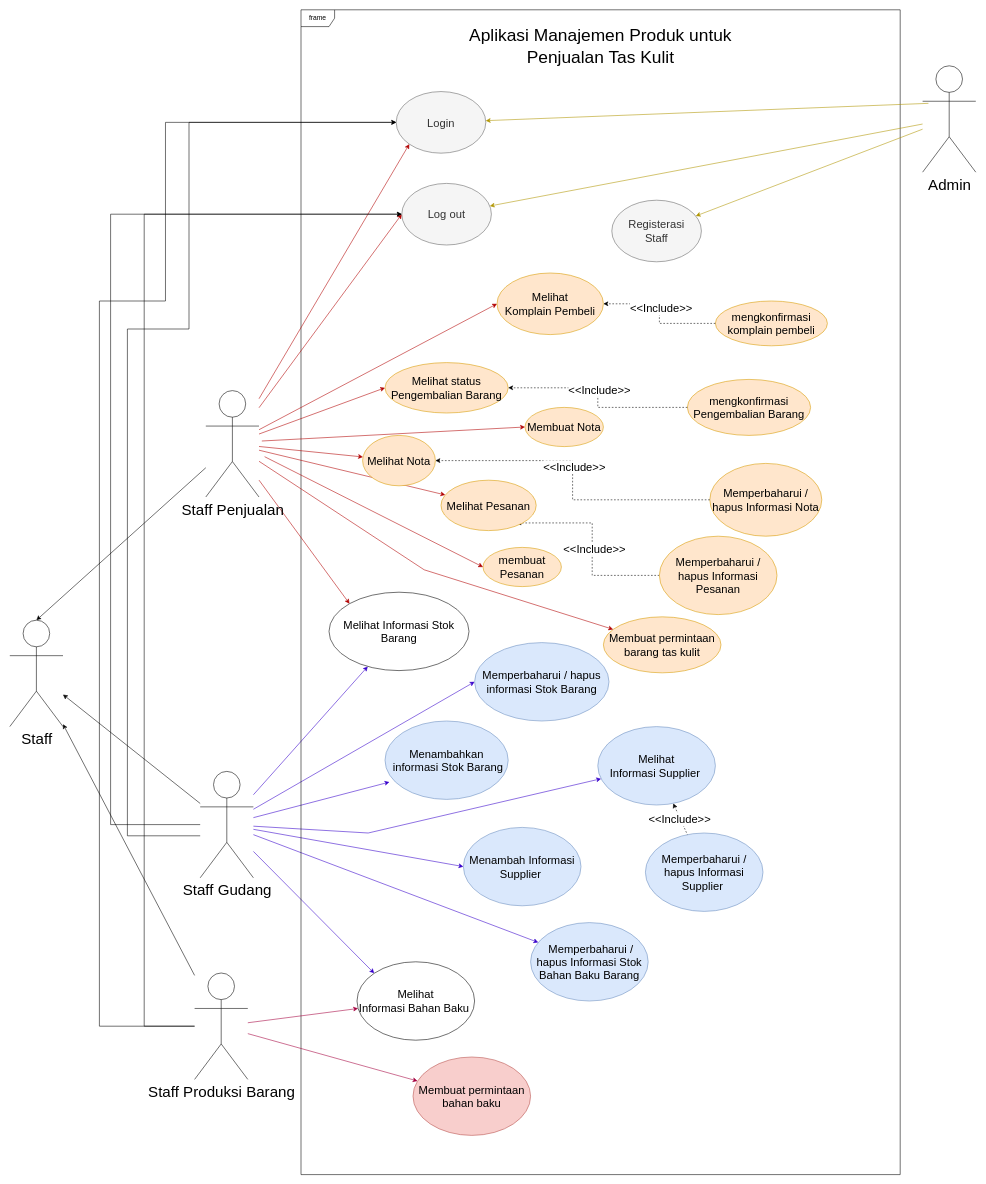
Before: diagram hungkul/Diagram Use Case MASTER PISAN.drawio in AriqFaridzki/SE-UTS-2023, a draw.io diagram. Source tidied: cells renumbered, new cells numbered last; positions are measured from the earlier drawing's top-left corner, leaving out a move shared by most shapes. Both pictures are drawn from the tidied source at 56%, with x=0, y=0 at pixel (10, 10).
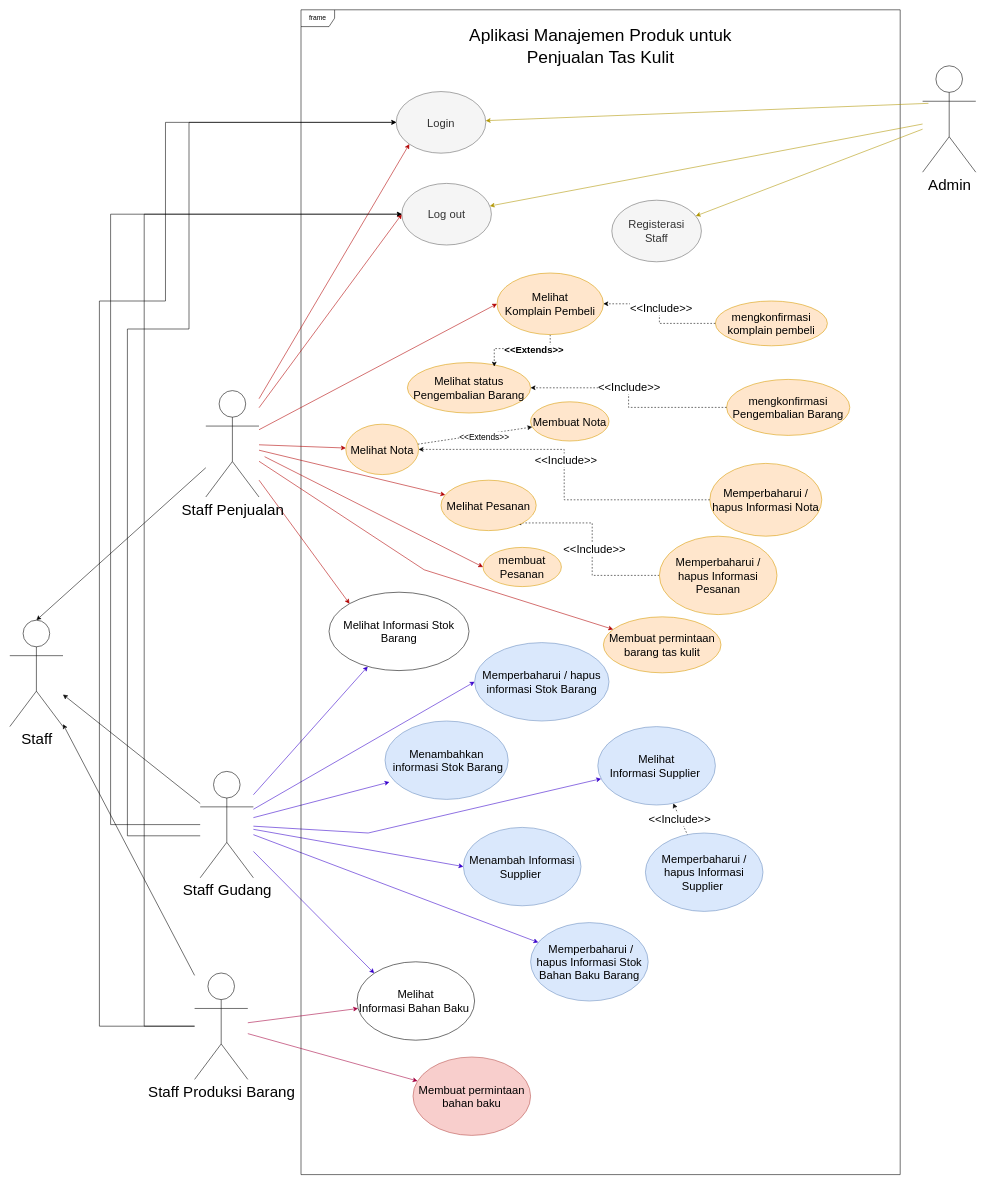
The same page after the edit.

Unchanged cells that the change refers to:
```xml
<mxCell id="23" value="Staff Penjualan" style="shape=umlActor;verticalLabelPosition=bottom;verticalAlign=top;html=1;fontSize=27;" parent="1" vertex="1">
  <mxGeometry x="350" y="680" width="95" height="190" as="geometry" />
</mxCell>
<mxCell id="43" value="Melihat &lt;br&gt;Komplain Pembeli" style="ellipse;whiteSpace=wrap;html=1;fontSize=20;fillColor=#ffe6cc;strokeColor=#d79b00;" parent="1" vertex="1">
  <mxGeometry x="870" y="470" width="190" height="110" as="geometry" />
</mxCell>
```

The edit, as a diff of the source:
```diff
@@
-    <mxCell id="18" style="edgeStyle=none;rounded=0;jettySize=auto;html=1;entryX=0;entryY=0.5;entryDx=0;entryDy=0;fillColor=#e51400;strokeColor=#B20000;" parent="1" edge="1" source="23" target="42">
-      <mxGeometry relative="1" as="geometry" />
-    </mxCell>
@@
     <mxCell id="41" value="Melihat Nota" style="ellipse;whiteSpace=wrap;html=1;fontSize=20;fillColor=#ffe6cc;strokeColor=#d79b00;" parent="1" vertex="1">
-      <mxGeometry x="630" y="760" width="130" height="90" as="geometry" />
+      <mxGeometry x="600" y="740" width="130" height="90" as="geometry" />
     </mxCell>
     <mxCell id="42" value="Melihat status Pengembalian Barang" style="ellipse;whiteSpace=wrap;html=1;fontSize=20;fillColor=#ffe6cc;strokeColor=#d79b00;" parent="1" vertex="1">
-      <mxGeometry x="670" y="630" width="220" height="90" as="geometry" />
+      <mxGeometry x="710" y="630" width="220" height="90" as="geometry" />
     </mxCell>
+    <mxCell id="71" style="edgeStyle=orthogonalEdgeStyle;rounded=0;jettySize=auto;html=1;entryX=0.705;entryY=0.078;entryDx=0;entryDy=0;entryPerimeter=0;dashed=1;" parent="1" edge="1" source="43" target="42">
+      <mxGeometry relative="1" as="geometry" />
+    </mxCell>
+    <mxCell id="72" value="&amp;lt;&amp;lt;Extends&amp;gt;&amp;gt;" style="edgeLabel;html=1;align=center;verticalAlign=middle;fontStyle=1;fontSize=17;" parent="71" vertex="1">
+      <mxGeometry x="-0.3" y="3" relative="1" as="geometry" />
+    </mxCell>
@@
     <mxCell id="56" value="mengkonfirmasi Pengembalian Barang" style="ellipse;whiteSpace=wrap;html=1;fontSize=20;fillColor=#ffe6cc;strokeColor=#d79b00;" parent="1" vertex="1">
-      <mxGeometry x="1210" y="660" width="220" height="100" as="geometry" />
+      <mxGeometry x="1280" y="660" width="220" height="100" as="geometry" />
     </mxCell>
@@
     <mxCell id="66" value="Membuat Nota" style="ellipse;whiteSpace=wrap;html=1;fontSize=20;fillColor=#ffe6cc;strokeColor=#d79b00;" parent="1" vertex="1">
-      <mxGeometry x="920" y="710" width="140" height="70" as="geometry" />
+      <mxGeometry x="930" y="700" width="140" height="70" as="geometry" />
     </mxCell>
-    <mxCell id="67" style="edgeStyle=none;rounded=0;jettySize=auto;html=1;fillColor=#e51400;strokeColor=#B20000;entryX=0;entryY=0.5;entryDx=0;entryDy=0;" parent="1" edge="1" target="66">
-      <mxGeometry relative="1" as="geometry">
-        <mxPoint x="450" y="770" as="sourcePoint" />
-      </mxGeometry>
-    </mxCell>
@@
+    <mxCell id="73" style="endArrow=classic;dashed=1;html=1;rounded=0;endFill=1;" parent="1" edge="1" source="41" target="66">
+      <mxGeometry relative="1" as="geometry" />
+    </mxCell>
+    <mxCell id="74" value="&amp;lt;&amp;lt;Extends&amp;gt;&amp;gt;" style="edgeLabel;html=1;align=center;verticalAlign=middle;fontSize=15;" parent="73" vertex="1">
+      <mxGeometry x="0.15" y="-4" relative="1" as="geometry" />
+    </mxCell>
```
